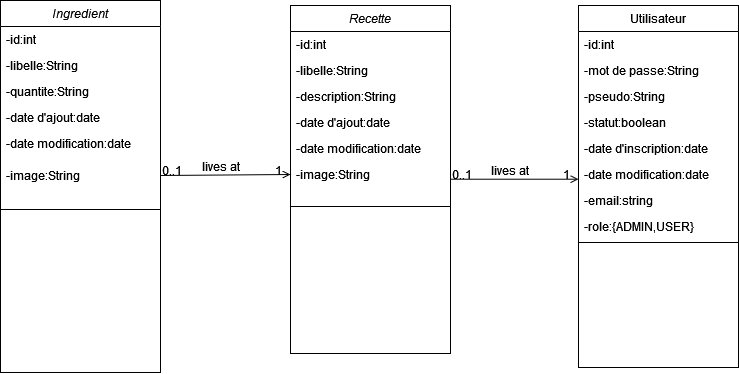
Above: Projet_Recette_Diagramme_Classe.drawio.png in RasdaCorentin/Projet-Recette (draw.io), before the change. Source tidied: cells renumbered, new cells last; positions are measured from the earlier drawing's top-left corner, leaving out a move shared by most shapes. Its diagram source:
```xml
<mxGraphModel>
  <root>
    <mxCell id="0" />
    <mxCell id="1" parent="0" />
    <mxCell id="2" value="Recette" style="swimlane;fontStyle=2;align=center;verticalAlign=top;horizontal=1;startSize=26;rounded=0;shadow=0;strokeWidth=1;" parent="1" vertex="1">
      <mxGeometry x="290" y="5" width="160" height="348" as="geometry" />
    </mxCell>
    <mxCell id="3" value="-id:int" style="text;align=left;verticalAlign=top;spacingLeft=4;spacingRight=4;overflow=hidden;" parent="2" vertex="1">
      <mxGeometry y="26" width="160" height="26" as="geometry" />
    </mxCell>
    <mxCell id="4" value="-libelle:String" style="text;align=left;verticalAlign=top;spacingLeft=4;spacingRight=4;overflow=hidden;rounded=0;shadow=0;html=0;" parent="2" vertex="1">
      <mxGeometry y="52" width="160" height="26" as="geometry" />
    </mxCell>
    <mxCell id="5" value="-description:String" style="text;align=left;verticalAlign=top;spacingLeft=4;spacingRight=4;overflow=hidden;rounded=0;shadow=0;html=0;" parent="2" vertex="1">
      <mxGeometry y="78" width="160" height="26" as="geometry" />
    </mxCell>
    <mxCell id="6" value="-date d'ajout:date" style="text;align=left;verticalAlign=top;spacingLeft=4;spacingRight=4;overflow=hidden;rounded=0;shadow=0;html=0;" parent="2" vertex="1">
      <mxGeometry y="104" width="160" height="26" as="geometry" />
    </mxCell>
    <mxCell id="7" value="-date modification:date" style="text;align=left;verticalAlign=top;spacingLeft=4;spacingRight=4;overflow=hidden;points=[[0,0.5],[1,0.5]];portConstraint=eastwest;rounded=0;shadow=0;html=0;" parent="2" vertex="1">
      <mxGeometry y="130" width="160" height="26" as="geometry" />
    </mxCell>
    <mxCell id="8" value="-image:String" style="text;align=left;verticalAlign=top;spacingLeft=4;spacingRight=4;overflow=hidden;points=[[0,0.5],[1,0.5]];portConstraint=eastwest;rounded=0;shadow=0;html=0;" parent="2" vertex="1">
      <mxGeometry y="156" width="160" height="26" as="geometry" />
    </mxCell>
    <mxCell id="9" style="line;html=1;strokeWidth=1;align=left;verticalAlign=middle;spacingTop=-1;spacingLeft=3;spacingRight=3;labelPosition=right;" parent="2" vertex="1">
      <mxGeometry y="182" width="160" height="38" as="geometry" />
    </mxCell>
    <mxCell id="10" value="Utilisateur" style="swimlane;fontStyle=0;align=center;verticalAlign=top;horizontal=1;startSize=26;rounded=0;shadow=0;strokeWidth=1;" parent="1" vertex="1">
      <mxGeometry x="578" y="5" width="160" height="362" as="geometry" />
    </mxCell>
    <mxCell id="11" value="-id:int" style="text;align=left;verticalAlign=top;spacingLeft=4;spacingRight=4;overflow=hidden;" parent="10" vertex="1">
      <mxGeometry y="26" width="160" height="26" as="geometry" />
    </mxCell>
    <mxCell id="12" value="-mot de passe:String" style="text;align=left;verticalAlign=top;spacingLeft=4;spacingRight=4;overflow=hidden;rounded=0;shadow=0;html=0;" parent="10" vertex="1">
      <mxGeometry y="52" width="160" height="26" as="geometry" />
    </mxCell>
    <mxCell id="13" value="-pseudo:String        " style="text;align=left;verticalAlign=top;spacingLeft=4;spacingRight=4;overflow=hidden;" parent="10" vertex="1">
      <mxGeometry y="78" width="160" height="26" as="geometry" />
    </mxCell>
    <mxCell id="14" value="-statut:boolean" style="text;align=left;verticalAlign=top;spacingLeft=4;spacingRight=4;overflow=hidden;rounded=0;shadow=0;html=0;" parent="10" vertex="1">
      <mxGeometry y="104" width="160" height="26" as="geometry" />
    </mxCell>
    <mxCell id="15" value="-date d'inscription:date" style="text;align=left;verticalAlign=top;spacingLeft=4;spacingRight=4;overflow=hidden;points=[[0,0.5],[1,0.5]];portConstraint=eastwest;rounded=0;shadow=0;html=0;" parent="10" vertex="1">
      <mxGeometry y="130" width="160" height="26" as="geometry" />
    </mxCell>
    <mxCell id="16" value="-date modification:date" style="text;align=left;verticalAlign=top;spacingLeft=4;spacingRight=4;overflow=hidden;rounded=0;shadow=0;html=0;" parent="10" vertex="1">
      <mxGeometry y="156" width="160" height="26" as="geometry" />
    </mxCell>
    <mxCell id="17" value="-email:string" style="text;align=left;verticalAlign=top;spacingLeft=4;spacingRight=4;overflow=hidden;rounded=0;shadow=0;html=0;" parent="10" vertex="1">
      <mxGeometry y="182" width="160" height="26" as="geometry" />
    </mxCell>
    <mxCell id="18" value="-role:{ADMIN,USER}" style="text;align=left;verticalAlign=top;spacingLeft=4;spacingRight=4;overflow=hidden;rounded=0;shadow=0;html=0;" parent="10" vertex="1">
      <mxGeometry y="208" width="160" height="26" as="geometry" />
    </mxCell>
    <mxCell id="19" style="line;html=1;strokeWidth=1;align=left;verticalAlign=middle;spacingTop=-1;spacingLeft=3;spacingRight=3;labelPosition=right;" parent="10" vertex="1">
      <mxGeometry y="234" width="160" height="6" as="geometry" />
    </mxCell>
    <mxCell id="20" style="endArrow=open;shadow=0;strokeWidth=1;rounded=0;endFill=1;edgeStyle=elbowEdgeStyle;elbow=vertical;" parent="1" edge="1" source="2" target="10">
      <mxGeometry x="0.5" y="41" relative="1" as="geometry">
        <mxPoint x="-40" y="32" as="offset" />
      </mxGeometry>
    </mxCell>
    <mxCell id="21" value="0..1" style="align=left;verticalAlign=bottom;labelBackgroundColor=none;fontSize=12;" parent="20" vertex="1">
      <mxGeometry x="-1" relative="1" as="geometry">
        <mxPoint y="4" as="offset" />
      </mxGeometry>
    </mxCell>
    <mxCell id="22" value="1" style="align=right;verticalAlign=bottom;labelBackgroundColor=none;fontSize=12;" parent="20" vertex="1">
      <mxGeometry x="1" relative="1" as="geometry">
        <mxPoint x="-7" y="4" as="offset" />
      </mxGeometry>
    </mxCell>
    <mxCell id="23" value="lives at" style="text;html=1;align=center;verticalAlign=middle;labelBackgroundColor=none;rounded=0;shadow=0;strokeWidth=1;fontSize=12;" parent="20" vertex="1">
      <mxGeometry x="0.5" y="49" relative="1" as="geometry">
        <mxPoint x="-38" y="40" as="offset" />
      </mxGeometry>
    </mxCell>
    <mxCell id="24" value="Ingredient" style="swimlane;fontStyle=2;align=center;verticalAlign=top;horizontal=1;startSize=26;rounded=0;shadow=0;strokeWidth=1;" parent="1" vertex="1">
      <mxGeometry width="160" height="372" as="geometry" />
    </mxCell>
    <mxCell id="25" value="-id:int" style="text;align=left;verticalAlign=top;spacingLeft=4;spacingRight=4;overflow=hidden;" parent="24" vertex="1">
      <mxGeometry y="26" width="160" height="26" as="geometry" />
    </mxCell>
    <mxCell id="26" value="-libelle:String" style="text;align=left;verticalAlign=top;spacingLeft=4;spacingRight=4;overflow=hidden;rounded=0;shadow=0;html=0;" parent="24" vertex="1">
      <mxGeometry y="52" width="160" height="26" as="geometry" />
    </mxCell>
    <mxCell id="27" value="-quantite:String" style="text;align=left;verticalAlign=top;spacingLeft=4;spacingRight=4;overflow=hidden;rounded=0;shadow=0;html=0;" parent="24" vertex="1">
      <mxGeometry y="78" width="160" height="26" as="geometry" />
    </mxCell>
    <mxCell id="28" value="-date d'ajout:date" style="text;align=left;verticalAlign=top;spacingLeft=4;spacingRight=4;overflow=hidden;rounded=0;shadow=0;html=0;" parent="24" vertex="1">
      <mxGeometry y="104" width="160" height="26" as="geometry" />
    </mxCell>
    <mxCell id="29" value="-date modification:date" style="text;align=left;verticalAlign=top;spacingLeft=4;spacingRight=4;overflow=hidden;points=[[0,0.5],[1,0.5]];portConstraint=eastwest;rounded=0;shadow=0;html=0;" parent="24" vertex="1">
      <mxGeometry y="130" width="160" height="32" as="geometry" />
    </mxCell>
    <mxCell id="30" value="-image:String" style="text;align=left;verticalAlign=top;spacingLeft=4;spacingRight=4;overflow=hidden;points=[[0,0.5],[1,0.5]];portConstraint=eastwest;rounded=0;shadow=0;html=0;" parent="24" vertex="1">
      <mxGeometry y="162" width="160" height="26" as="geometry" />
    </mxCell>
    <mxCell id="31" style="line;html=1;strokeWidth=1;align=left;verticalAlign=middle;spacingTop=-1;spacingLeft=3;spacingRight=3;labelPosition=right;" parent="24" vertex="1">
      <mxGeometry y="188" width="160" height="42" as="geometry" />
    </mxCell>
    <mxCell id="32" style="endArrow=open;shadow=0;strokeWidth=1;rounded=0;endFill=1;edgeStyle=elbowEdgeStyle;elbow=vertical;exitX=1;exitY=0.5;exitDx=0;exitDy=0;entryX=0;entryY=0.5;entryDx=0;entryDy=0;" parent="1" edge="1" source="30" target="8">
      <mxGeometry x="0.5" y="41" relative="1" as="geometry">
        <mxPoint x="-40" y="32" as="offset" />
      </mxGeometry>
    </mxCell>
    <mxCell id="33" value="0..1" style="align=left;verticalAlign=bottom;labelBackgroundColor=none;fontSize=12;" parent="32" vertex="1">
      <mxGeometry x="-1" relative="1" as="geometry">
        <mxPoint y="4" as="offset" />
      </mxGeometry>
    </mxCell>
    <mxCell id="34" value="1" style="align=right;verticalAlign=bottom;labelBackgroundColor=none;fontSize=12;" parent="32" vertex="1">
      <mxGeometry x="1" relative="1" as="geometry">
        <mxPoint x="-7" y="4" as="offset" />
      </mxGeometry>
    </mxCell>
    <mxCell id="35" value="lives at" style="text;html=1;align=center;verticalAlign=middle;labelBackgroundColor=none;rounded=0;shadow=0;strokeWidth=1;fontSize=12;" parent="32" vertex="1">
      <mxGeometry x="0.5" y="49" relative="1" as="geometry">
        <mxPoint x="-38" y="40" as="offset" />
      </mxGeometry>
    </mxCell>
  </root>
</mxGraphModel>
```
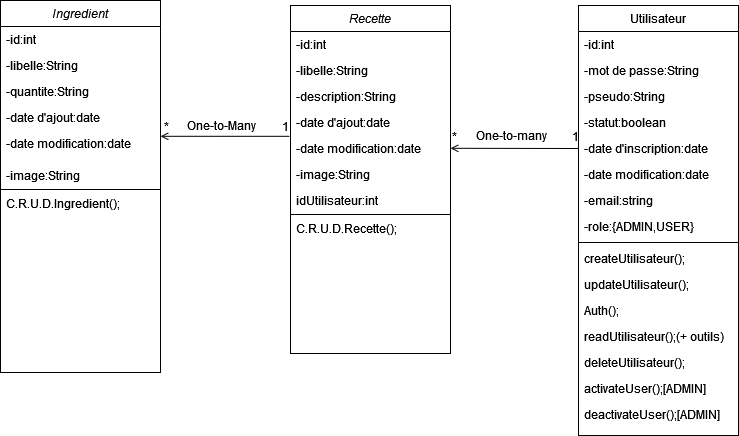
After the change.

Change to the diagram source:
```diff
@@ -23,11 +23,17 @@
     <mxCell id="8" value="-image:String" style="text;align=left;verticalAlign=top;spacingLeft=4;spacingRight=4;overflow=hidden;points=[[0,0.5],[1,0.5]];portConstraint=eastwest;rounded=0;shadow=0;html=0;" parent="2" vertex="1">
       <mxGeometry y="156" width="160" height="26" as="geometry" />
     </mxCell>
+    <mxCell id="36" value="idUtilisateur:int" style="text;align=left;verticalAlign=top;spacingLeft=4;spacingRight=4;overflow=hidden;rounded=0;shadow=0;html=0;" parent="2" vertex="1">
+      <mxGeometry y="182" width="160" height="26" as="geometry" />
+    </mxCell>
     <mxCell id="9" style="line;html=1;strokeWidth=1;align=left;verticalAlign=middle;spacingTop=-1;spacingLeft=3;spacingRight=3;labelPosition=right;" parent="2" vertex="1">
-      <mxGeometry y="182" width="160" height="38" as="geometry" />
+      <mxGeometry y="208" width="160" height="2" as="geometry" />
     </mxCell>
+    <mxCell id="37" value="C.R.U.D.Recette();" style="text;align=left;verticalAlign=top;spacingLeft=4;spacingRight=4;overflow=hidden;rounded=0;shadow=0;html=0;" parent="2" vertex="1">
+      <mxGeometry y="210" width="160" height="26" as="geometry" />
+    </mxCell>
     <mxCell id="10" value="Utilisateur" style="swimlane;fontStyle=0;align=center;verticalAlign=top;horizontal=1;startSize=26;rounded=0;shadow=0;strokeWidth=1;" parent="1" vertex="1">
-      <mxGeometry x="578" y="5" width="160" height="362" as="geometry" />
+      <mxGeometry x="578" y="5" width="160" height="430" as="geometry" />
     </mxCell>
     <mxCell id="11" value="-id:int" style="text;align=left;verticalAlign=top;spacingLeft=4;spacingRight=4;overflow=hidden;" parent="10" vertex="1">
       <mxGeometry y="26" width="160" height="26" as="geometry" />
@@ -56,24 +62,45 @@
     <mxCell id="19" style="line;html=1;strokeWidth=1;align=left;verticalAlign=middle;spacingTop=-1;spacingLeft=3;spacingRight=3;labelPosition=right;" parent="10" vertex="1">
       <mxGeometry y="234" width="160" height="6" as="geometry" />
     </mxCell>
+    <mxCell id="38" value="createUtilisateur();" style="text;align=left;verticalAlign=top;spacingLeft=4;spacingRight=4;overflow=hidden;" parent="10" vertex="1">
+      <mxGeometry y="240" width="160" height="26" as="geometry" />
+    </mxCell>
+    <mxCell id="39" value="updateUtilisateur();" style="text;align=left;verticalAlign=top;spacingLeft=4;spacingRight=4;overflow=hidden;" parent="10" vertex="1">
+      <mxGeometry y="266" width="160" height="26" as="geometry" />
+    </mxCell>
+    <mxCell id="40" value="Auth();&#10;" style="text;align=left;verticalAlign=top;spacingLeft=4;spacingRight=4;overflow=hidden;" parent="10" vertex="1">
+      <mxGeometry y="292" width="160" height="26" as="geometry" />
+    </mxCell>
+    <mxCell id="41" value="readUtilisateur();(+ outils)" style="text;align=left;verticalAlign=top;spacingLeft=4;spacingRight=4;overflow=hidden;" parent="10" vertex="1">
+      <mxGeometry y="318" width="160" height="26" as="geometry" />
+    </mxCell>
+    <mxCell id="42" value="deleteUtilisateur();" style="text;align=left;verticalAlign=top;spacingLeft=4;spacingRight=4;overflow=hidden;" parent="10" vertex="1">
+      <mxGeometry y="344" width="160" height="26" as="geometry" />
+    </mxCell>
+    <mxCell id="43" value="activateUser();[ADMIN]" style="text;align=left;verticalAlign=top;spacingLeft=4;spacingRight=4;overflow=hidden;" parent="10" vertex="1">
+      <mxGeometry y="370" width="160" height="26" as="geometry" />
+    </mxCell>
+    <mxCell id="44" value="deactivateUser();[ADMIN]" style="text;align=left;verticalAlign=top;spacingLeft=4;spacingRight=4;overflow=hidden;" parent="10" vertex="1">
+      <mxGeometry y="396" width="160" height="26" as="geometry" />
+    </mxCell>
-    <mxCell id="20" style="endArrow=open;shadow=0;strokeWidth=1;rounded=0;endFill=1;edgeStyle=elbowEdgeStyle;elbow=vertical;" parent="1" edge="1" source="2" target="10">
+    <mxCell id="20" style="endArrow=open;shadow=0;strokeWidth=1;rounded=0;endFill=1;edgeStyle=elbowEdgeStyle;elbow=vertical;exitX=0;exitY=0.5;exitDx=0;exitDy=0;entryX=1;entryY=0.5;entryDx=0;entryDy=0;" parent="1" edge="1" source="15" target="7">
       <mxGeometry x="0.5" y="41" relative="1" as="geometry">
         <mxPoint x="-40" y="32" as="offset" />
       </mxGeometry>
     </mxCell>
-    <mxCell id="21" value="0..1" style="align=left;verticalAlign=bottom;labelBackgroundColor=none;fontSize=12;" parent="20" vertex="1">
+    <mxCell id="21" value="*" style="align=left;verticalAlign=bottom;labelBackgroundColor=none;fontSize=12;" parent="20" vertex="1">
       <mxGeometry x="-1" relative="1" as="geometry">
-        <mxPoint y="4" as="offset" />
+        <mxPoint x="-128" y="-3" as="offset" />
       </mxGeometry>
     </mxCell>
     <mxCell id="22" value="1" style="align=right;verticalAlign=bottom;labelBackgroundColor=none;fontSize=12;" parent="20" vertex="1">
       <mxGeometry x="1" relative="1" as="geometry">
-        <mxPoint x="-7" y="4" as="offset" />
+        <mxPoint x="130" y="-3" as="offset" />
       </mxGeometry>
     </mxCell>
-    <mxCell id="23" value="lives at" style="text;html=1;align=center;verticalAlign=middle;labelBackgroundColor=none;rounded=0;shadow=0;strokeWidth=1;fontSize=12;" parent="20" vertex="1">
+    <mxCell id="23" value="One-to-many" style="text;html=1;align=center;verticalAlign=middle;labelBackgroundColor=none;rounded=0;shadow=0;strokeWidth=1;fontSize=12;" parent="20" vertex="1">
       <mxGeometry x="0.5" y="49" relative="1" as="geometry">
-        <mxPoint x="-38" y="40" as="offset" />
+        <mxPoint x="28" y="-62" as="offset" />
       </mxGeometry>
     </mxCell>
     <mxCell id="24" value="Ingredient" style="swimlane;fontStyle=2;align=center;verticalAlign=top;horizontal=1;startSize=26;rounded=0;shadow=0;strokeWidth=1;" parent="1" vertex="1">
@@ -98,26 +125,29 @@
       <mxGeometry y="162" width="160" height="26" as="geometry" />
     </mxCell>
     <mxCell id="31" style="line;html=1;strokeWidth=1;align=left;verticalAlign=middle;spacingTop=-1;spacingLeft=3;spacingRight=3;labelPosition=right;" parent="24" vertex="1">
-      <mxGeometry y="188" width="160" height="42" as="geometry" />
+      <mxGeometry y="188" width="160" height="2" as="geometry" />
     </mxCell>
+    <mxCell id="45" value="C.R.U.D.Ingredient();" style="text;align=left;verticalAlign=top;spacingLeft=4;spacingRight=4;overflow=hidden;rounded=0;shadow=0;html=0;" parent="24" vertex="1">
+      <mxGeometry y="190" width="160" height="26" as="geometry" />
+    </mxCell>
-    <mxCell id="32" style="endArrow=open;shadow=0;strokeWidth=1;rounded=0;endFill=1;edgeStyle=elbowEdgeStyle;elbow=vertical;exitX=1;exitY=0.5;exitDx=0;exitDy=0;entryX=0;entryY=0.5;entryDx=0;entryDy=0;" parent="1" edge="1" source="30" target="8">
+    <mxCell id="32" style="endArrow=open;shadow=0;strokeWidth=1;rounded=0;endFill=1;edgeStyle=elbowEdgeStyle;elbow=vertical;exitX=-0.006;exitY=0.031;exitDx=0;exitDy=0;entryX=1;entryY=0.181;entryDx=0;entryDy=0;exitPerimeter=0;entryPerimeter=0;" parent="1" edge="1" source="7" target="29">
       <mxGeometry x="0.5" y="41" relative="1" as="geometry">
         <mxPoint x="-40" y="32" as="offset" />
       </mxGeometry>
     </mxCell>
-    <mxCell id="33" value="0..1" style="align=left;verticalAlign=bottom;labelBackgroundColor=none;fontSize=12;" parent="32" vertex="1">
+    <mxCell id="33" value="1" style="align=left;verticalAlign=bottom;labelBackgroundColor=none;fontSize=12;" parent="32" vertex="1">
       <mxGeometry x="-1" relative="1" as="geometry">
-        <mxPoint y="4" as="offset" />
+        <mxPoint x="-9" y="-1" as="offset" />
       </mxGeometry>
     </mxCell>
-    <mxCell id="34" value="1" style="align=right;verticalAlign=bottom;labelBackgroundColor=none;fontSize=12;" parent="32" vertex="1">
+    <mxCell id="34" value="*" style="align=right;verticalAlign=bottom;labelBackgroundColor=none;fontSize=12;" parent="32" vertex="1">
       <mxGeometry x="1" relative="1" as="geometry">
-        <mxPoint x="-7" y="4" as="offset" />
+        <mxPoint x="10" y="-1" as="offset" />
       </mxGeometry>
     </mxCell>
-    <mxCell id="35" value="lives at" style="text;html=1;align=center;verticalAlign=middle;labelBackgroundColor=none;rounded=0;shadow=0;strokeWidth=1;fontSize=12;" parent="32" vertex="1">
+    <mxCell id="35" value="One-to-Many" style="text;html=1;align=center;verticalAlign=middle;labelBackgroundColor=none;rounded=0;shadow=0;strokeWidth=1;fontSize=12;" parent="32" vertex="1">
       <mxGeometry x="0.5" y="49" relative="1" as="geometry">
-        <mxPoint x="-38" y="40" as="offset" />
+        <mxPoint x="28" y="-60" as="offset" />
       </mxGeometry>
     </mxCell>
   </root>
```
